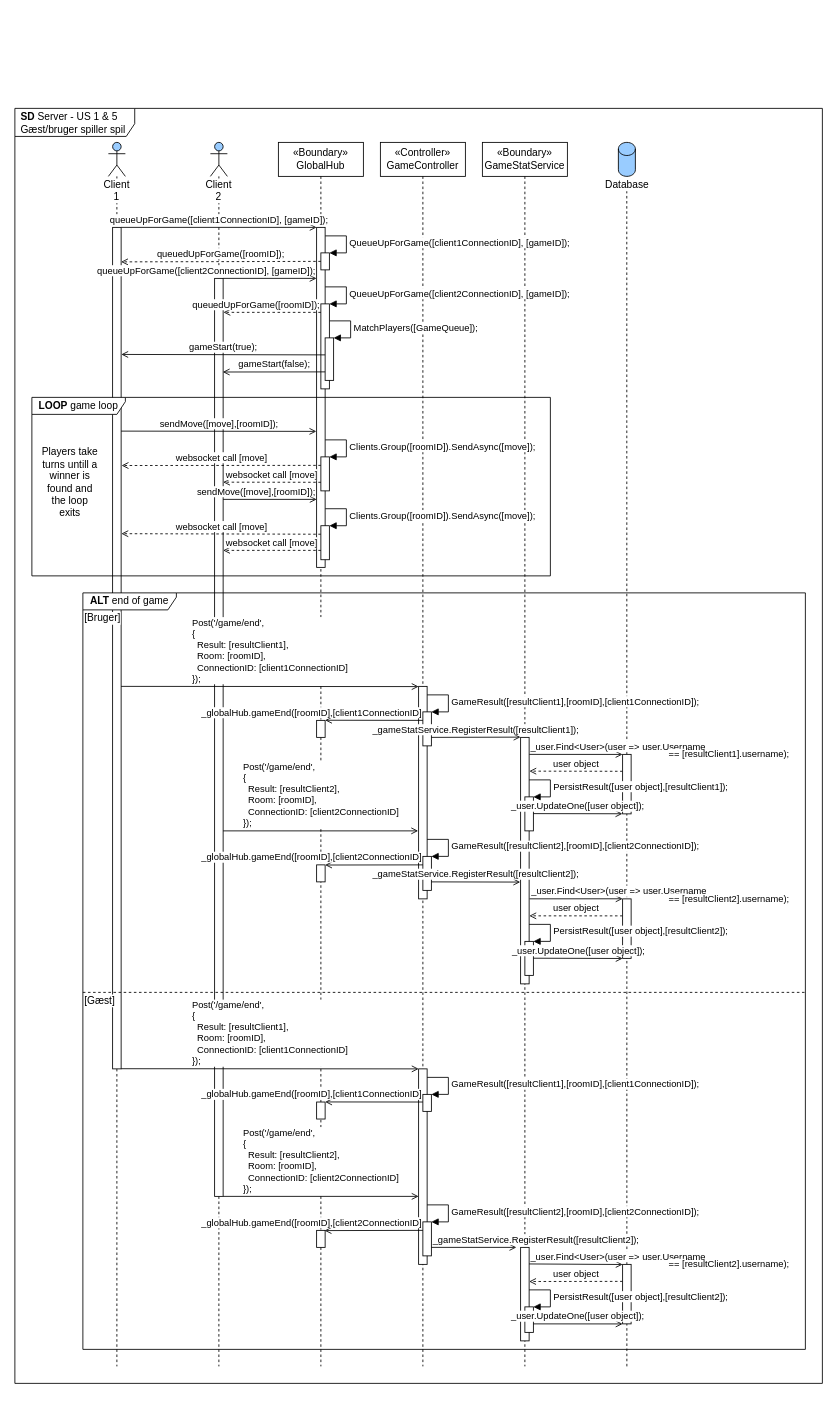
Macradon/I7BAC-PlugNPlay keeps this draw.io diagram as page "SD-Server" (2 of 2) of diagrams/arkitektur/US1&5_spil.drawio. Above is the earlier version. Source tidied: cells renumbered, new cells numbered last; positions are measured from the earlier drawing's top-left corner, leaving out a move shared by most shapes. Both pictures are drawn from the tidied source at 85%, with x=0, y=0 at pixel (14, 108).
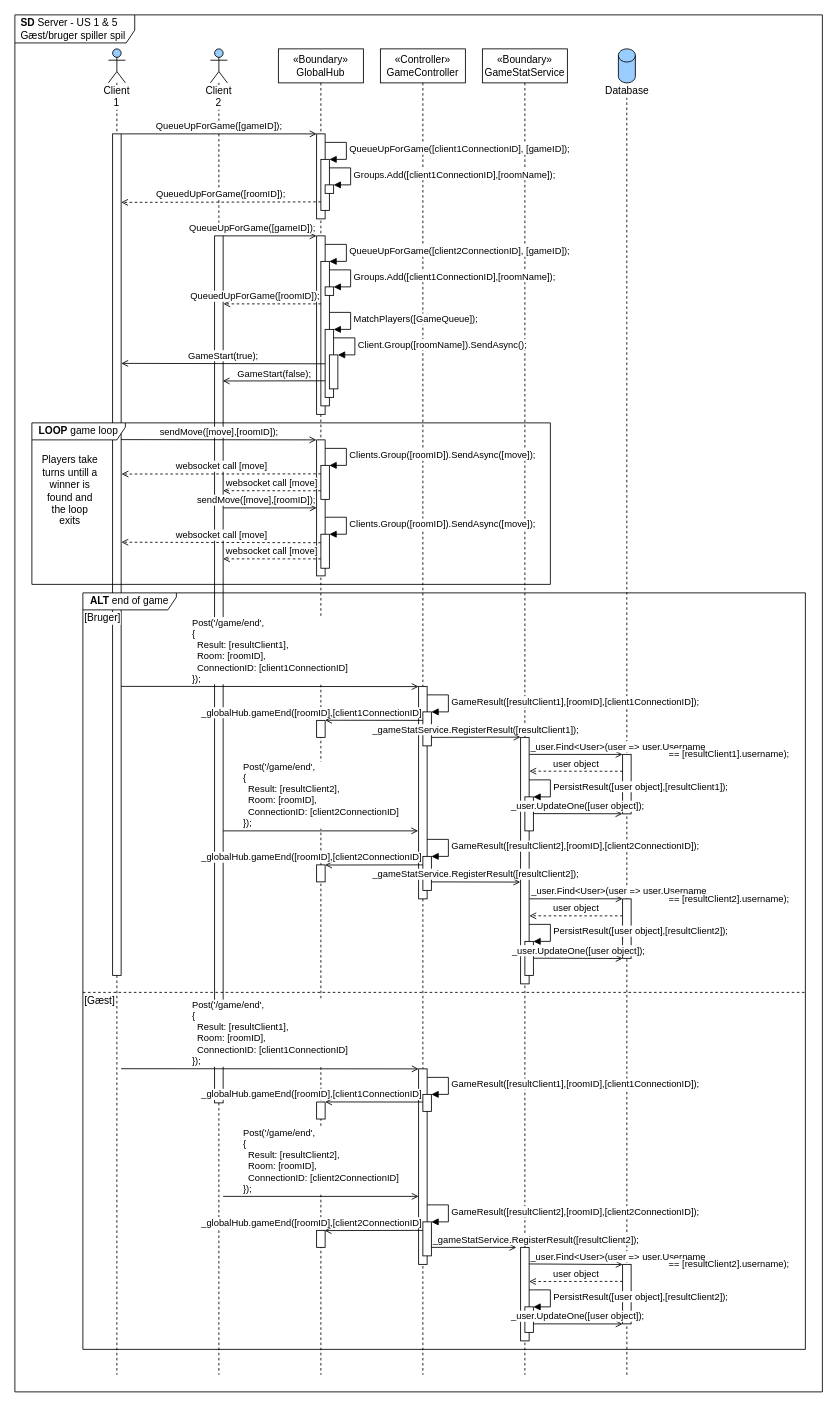
After the change.

Change to the diagram source:
```diff
@@
     <mxCell id="2" value="&lt;b&gt;SD&lt;/b&gt;&amp;nbsp;Server - US 1 &amp;amp; 5&lt;br&gt;Gæst/bruger spiller spil" style="shape=umlFrame;whiteSpace=wrap;html=1;width=141;height=33;boundedLbl=1;verticalAlign=middle;align=left;spacingLeft=5;" parent="1" vertex="1">
-      <mxGeometry width="950" height="1500" as="geometry" />
+      <mxGeometry y="-110" width="950" height="1620" as="geometry" />
     </mxCell>
+    <mxCell id="8" value="«Boundary»&lt;br&gt;GlobalHub" style="shape=umlLifeline;perimeter=lifelinePerimeter;whiteSpace=wrap;html=1;labelBackgroundColor=#ffffff;fillColor=#FFFFFF;" parent="1" vertex="1">
+      <mxGeometry x="310" y="-70" width="100" height="1560" as="geometry" />
+    </mxCell>
+    <mxCell id="90" style="html=1;perimeter=orthogonalPerimeter;" parent="1" vertex="1">
+      <mxGeometry x="355" y="390" width="10" height="160" as="geometry" />
+    </mxCell>
+    <mxCell id="91" style="html=1;perimeter=orthogonalPerimeter;align=left;" parent="1" vertex="1">
+      <mxGeometry x="355" y="150" width="10" height="210" as="geometry" />
+    </mxCell>
     <mxCell id="3" value="Client 1" style="shape=umlLifeline;participant=umlActor;perimeter=lifelinePerimeter;whiteSpace=wrap;html=1;verticalAlign=top;spacingTop=36;fillColor=#99CCFF;labelBackgroundColor=#ffffff;" parent="1" vertex="1">
-      <mxGeometry x="110" y="40" width="20" height="1440" as="geometry" />
+      <mxGeometry x="110" y="-70" width="20" height="1560" as="geometry" />
     </mxCell>
     <mxCell id="4" value="Client 2" style="shape=umlLifeline;participant=umlActor;perimeter=lifelinePerimeter;whiteSpace=wrap;html=1;verticalAlign=top;spacingTop=36;fillColor=#99CCFF;labelBackgroundColor=#ffffff;" parent="1" vertex="1">
-      <mxGeometry x="230" y="40" width="20" height="1440" as="geometry" />
+      <mxGeometry x="230" y="-70" width="20" height="1560" as="geometry" />
     </mxCell>
     <mxCell id="5" value="«Controller»&lt;br&gt;GameController" style="shape=umlLifeline;perimeter=lifelinePerimeter;whiteSpace=wrap;html=1;labelBackgroundColor=#ffffff;fillColor=#FFFFFF;" parent="1" vertex="1">
-      <mxGeometry x="430" y="40" width="100" height="1440" as="geometry" />
+      <mxGeometry x="430" y="-70" width="100" height="1560" as="geometry" />
     </mxCell>
     <mxCell id="6" value="«Boundary»&lt;br&gt;GameStatService" style="shape=umlLifeline;perimeter=lifelinePerimeter;whiteSpace=wrap;html=1;labelBackgroundColor=#ffffff;fillColor=#FFFFFF;" parent="1" vertex="1">
-      <mxGeometry x="550" y="40" width="100" height="1440" as="geometry" />
+      <mxGeometry x="550" y="-70" width="100" height="1560" as="geometry" />
     </mxCell>
     <mxCell id="7" style="html=1;points=[];perimeter=orthogonalPerimeter;align=left;" parent="6" vertex="1">
-      <mxGeometry x="45" y="700" width="10" height="290" as="geometry" />
+      <mxGeometry x="45" y="810" width="10" height="290" as="geometry" />
     </mxCell>
-    <mxCell id="8" value="«Boundary»&lt;br&gt;GlobalHub" style="shape=umlLifeline;perimeter=lifelinePerimeter;whiteSpace=wrap;html=1;labelBackgroundColor=#ffffff;fillColor=#FFFFFF;" parent="1" vertex="1">
-      <mxGeometry x="310" y="40" width="100" height="1440" as="geometry" />
-    </mxCell>
     <mxCell id="9" style="shape=cylinder3;whiteSpace=wrap;html=1;boundedLbl=1;backgroundOutline=1;size=7.724137931034477;labelBackgroundColor=#ffffff;strokeColor=#000000;fillColor=#99CCFF;fontColor=#000000;" parent="1" vertex="1">
-      <mxGeometry x="710" y="40" width="20" height="40" as="geometry" />
+      <mxGeometry x="710" y="-70" width="20" height="40" as="geometry" />
     </mxCell>
     <mxCell id="10" style="endArrow=none;dashed=1;html=1;" parent="1" edge="1">
       <mxGeometry relative="1" as="geometry">
-        <mxPoint x="720" y="1480" as="sourcePoint" />
-        <mxPoint x="719.9" y="83" as="targetPoint" />
+        <mxPoint x="720" y="1490" as="sourcePoint" />
+        <mxPoint x="719.9" y="-27" as="targetPoint" />
       </mxGeometry>
     </mxCell>
     <mxCell id="11" value="Database" style="text;html=1;align=center;verticalAlign=middle;labelBackgroundColor=#ffffff;" parent="1" vertex="1">
-      <mxGeometry x="685" y="80" width="70" height="20" as="geometry" />
+      <mxGeometry x="685" y="-30" width="70" height="20" as="geometry" />
     </mxCell>
-    <mxCell id="12" value="queueUpForGame([client1ConnectionID], [gameID]);" style="html=1;verticalAlign=bottom;endArrow=open;endFill=0;" parent="1" edge="1" target="26">
+    <mxCell id="12" value="QueueUpForGame([gameID]);" style="html=1;verticalAlign=bottom;endArrow=open;endFill=0;" parent="1" edge="1" target="26">
       <mxGeometry relative="1" as="geometry">
-        <mxPoint x="125" y="140" as="sourcePoint" />
+        <mxPoint x="125" y="30" as="sourcePoint" />
       </mxGeometry>
     </mxCell>
     <mxCell id="13" value="QueueUpForGame([client1ConnectionID], [gameID]);" style="edgeStyle=orthogonalEdgeStyle;html=1;align=left;spacingLeft=2;endArrow=block;rounded=0;entryX=1;entryY=0;" parent="1" edge="1" target="35">
       <mxGeometry relative="1" as="geometry">
-        <mxPoint x="365" y="150" as="sourcePoint" />
+        <mxPoint x="365" y="40" as="sourcePoint" />
         <Array as="points">
-          <mxPoint x="390" y="150" />
+          <mxPoint x="390" y="40" />
         </Array>
       </mxGeometry>
     </mxCell>
     <mxCell id="14" value="QueueUpForGame([client2ConnectionID], [gameID]);" style="edgeStyle=orthogonalEdgeStyle;html=1;align=left;spacingLeft=2;endArrow=block;rounded=0;entryX=1;entryY=0;" parent="1" edge="1" target="38">
       <mxGeometry relative="1" as="geometry">
-        <mxPoint x="365" y="210" as="sourcePoint" />
+        <mxPoint x="365" y="160" as="sourcePoint" />
         <Array as="points">
-          <mxPoint x="390" y="210" />
+          <mxPoint x="390" y="160" />
         </Array>
       </mxGeometry>
     </mxCell>
     <mxCell id="15" value="MatchPlayers([GameQueue]);" style="edgeStyle=orthogonalEdgeStyle;html=1;align=left;spacingLeft=2;endArrow=block;rounded=0;entryX=1;entryY=0;" parent="1" edge="1" target="39">
       <mxGeometry relative="1" as="geometry">
-        <mxPoint x="370" y="250" as="sourcePoint" />
+        <mxPoint x="370" y="240" as="sourcePoint" />
         <Array as="points">
-          <mxPoint x="395" y="250" />
+          <mxPoint x="395" y="240" />
         </Array>
       </mxGeometry>
     </mxCell>
     <mxCell id="16" value="Clients.Group([roomID]).SendAsync([move]);" style="edgeStyle=orthogonalEdgeStyle;html=1;align=left;spacingLeft=2;endArrow=block;rounded=0;entryX=1;entryY=0;" parent="1" edge="1" target="45">
       <mxGeometry relative="1" as="geometry">
-        <mxPoint x="365" y="390" as="sourcePoint" />
+        <mxPoint x="365" y="400" as="sourcePoint" />
         <Array as="points">
-          <mxPoint x="390" y="390" />
+          <mxPoint x="390" y="400" />
         </Array>
       </mxGeometry>
     </mxCell>
     <mxCell id="17" value="Clients.Group([roomID]).SendAsync([move]);" style="edgeStyle=orthogonalEdgeStyle;html=1;align=left;spacingLeft=2;endArrow=block;rounded=0;entryX=1;entryY=0;" parent="1" edge="1" target="49">
       <mxGeometry relative="1" as="geometry">
-        <mxPoint x="365" y="471" as="sourcePoint" />
+        <mxPoint x="365" y="481" as="sourcePoint" />
         <Array as="points">
-          <mxPoint x="390" y="471" />
+          <mxPoint x="390" y="481" />
         </Array>
       </mxGeometry>
     </mxCell>
@@
     <mxCell id="24" style="html=1;points=[];perimeter=orthogonalPerimeter;align=left;" parent="1" vertex="1">
-      <mxGeometry x="115" y="140" width="10" height="990" as="geometry" />
+      <mxGeometry x="115" y="30" width="10" height="990" as="geometry" />
     </mxCell>
     <mxCell id="25" style="html=1;points=[];perimeter=orthogonalPerimeter;align=left;" parent="1" vertex="1">
-      <mxGeometry x="235" y="200" width="10" height="1080" as="geometry" />
+      <mxGeometry x="235" y="150" width="10" height="1020" as="geometry" />
     </mxCell>
     <mxCell id="26" style="html=1;points=[];perimeter=orthogonalPerimeter;align=left;" parent="1" vertex="1">
-      <mxGeometry x="355" y="140" width="10" height="400" as="geometry" />
+      <mxGeometry x="355" y="30" width="10" height="100" as="geometry" />
     </mxCell>
@@
     <mxCell id="35" style="html=1;points=[];perimeter=orthogonalPerimeter;" parent="1" vertex="1">
-      <mxGeometry x="360" y="170" width="10" height="20" as="geometry" />
+      <mxGeometry x="360" y="60" width="10" height="60" as="geometry" />
     </mxCell>
-    <mxCell id="36" value="queuedUpForGame([roomID]);" style="html=1;verticalAlign=bottom;endArrow=open;endFill=0;dashed=1;entryX=0.997;entryY=0.041;entryDx=0;entryDy=0;entryPerimeter=0;" parent="1" edge="1" target="24">
+    <mxCell id="36" value="QueuedUpForGame([roomID]);" style="html=1;verticalAlign=bottom;endArrow=open;endFill=0;dashed=1;entryX=0.997;entryY=0.041;entryDx=0;entryDy=0;entryPerimeter=0;" parent="1" edge="1">
       <mxGeometry relative="1" as="geometry">
-        <mxPoint x="360" y="180" as="sourcePoint" />
+        <mxPoint x="360" y="110" as="sourcePoint" />
+        <mxPoint x="125" y="110.6" as="targetPoint" />
       </mxGeometry>
     </mxCell>
-    <mxCell id="37" value="queueUpForGame([client2ConnectionID], [gameID]);" style="html=1;verticalAlign=bottom;endArrow=open;endFill=0;entryX=-0.009;entryY=0.15;entryDx=0;entryDy=0;entryPerimeter=0;align=right;" parent="1" edge="1" target="26">
+    <mxCell id="37" value="QueueUpForGame([gameID]);" style="html=1;verticalAlign=bottom;endArrow=open;endFill=0;entryX=-0.009;entryY=0.15;entryDx=0;entryDy=0;entryPerimeter=0;align=right;" parent="1" edge="1">
       <mxGeometry x="1" relative="1" as="geometry">
-        <mxPoint x="245" y="200" as="sourcePoint" />
+        <mxPoint x="245" y="150" as="sourcePoint" />
+        <mxPoint x="354.9" y="150" as="targetPoint" />
       </mxGeometry>
     </mxCell>
     <mxCell id="38" style="html=1;points=[];perimeter=orthogonalPerimeter;" parent="1" vertex="1">
-      <mxGeometry x="360" y="230" width="10" height="100" as="geometry" />
+      <mxGeometry x="360" y="180" width="10" height="170" as="geometry" />
     </mxCell>
     <mxCell id="39" style="html=1;points=[];perimeter=orthogonalPerimeter;" parent="1" vertex="1">
-      <mxGeometry x="365" y="270" width="10" height="50" as="geometry" />
+      <mxGeometry x="365" y="260" width="10" height="80" as="geometry" />
     </mxCell>
-    <mxCell id="40" value="gameStart(false);" style="html=1;verticalAlign=bottom;endArrow=open;endFill=0;entryX=0.958;entryY=0.102;entryDx=0;entryDy=0;entryPerimeter=0;" parent="1" edge="1" target="25">
+    <mxCell id="40" value="GameStart(false);" style="html=1;verticalAlign=bottom;endArrow=open;endFill=0;entryX=0.958;entryY=0.102;entryDx=0;entryDy=0;entryPerimeter=0;" parent="1" edge="1">
       <mxGeometry relative="1" as="geometry">
-        <mxPoint x="365" y="310" as="sourcePoint" />
+        <mxPoint x="365" y="320.5" as="sourcePoint" />
+        <mxPoint x="244.6" y="320.7" as="targetPoint" />
       </mxGeometry>
     </mxCell>
-    <mxCell id="41" value="queuedUpForGame([roomID]);" style="html=1;verticalAlign=bottom;endArrow=open;endFill=0;dashed=1;entryX=1.038;entryY=0.037;entryDx=0;entryDy=0;entryPerimeter=0;align=right;" parent="1" edge="1" target="25">
+    <mxCell id="41" value="QueuedUpForGame([roomID]);" style="html=1;verticalAlign=bottom;endArrow=open;endFill=0;dashed=1;entryX=1.038;entryY=0.037;entryDx=0;entryDy=0;entryPerimeter=0;align=right;" parent="1" edge="1">
       <mxGeometry x="-1" relative="1" as="geometry">
-        <mxPoint x="360" y="240" as="sourcePoint" />
+        <mxPoint x="360" y="230" as="sourcePoint" />
+        <mxPoint x="245.4" y="230" as="targetPoint" />
       </mxGeometry>
     </mxCell>
-    <mxCell id="42" value="gameStart(true);" style="html=1;verticalAlign=bottom;endArrow=open;endFill=0;entryX=1.017;entryY=0.151;entryDx=0;entryDy=0;entryPerimeter=0;" parent="1" edge="1" target="24">
+    <mxCell id="42" value="GameStart(true);" style="html=1;verticalAlign=bottom;endArrow=open;endFill=0;entryX=1.017;entryY=0.151;entryDx=0;entryDy=0;entryPerimeter=0;" parent="1" edge="1">
       <mxGeometry relative="1" as="geometry">
-        <mxPoint x="365" y="290" as="sourcePoint" />
+        <mxPoint x="365" y="300.5" as="sourcePoint" />
+        <mxPoint x="125.2" y="300" as="targetPoint" />
       </mxGeometry>
     </mxCell>
-    <mxCell id="43" value="sendMove([move],[roomID]);" style="html=1;verticalAlign=bottom;endArrow=open;endFill=0;entryX=-0.032;entryY=0.6;entryDx=0;entryDy=0;entryPerimeter=0;" parent="1" edge="1" target="26">
+    <mxCell id="43" value="sendMove([move],[roomID]);" style="html=1;verticalAlign=bottom;endArrow=open;endFill=0;entryX=-0.032;entryY=0.6;entryDx=0;entryDy=0;entryPerimeter=0;" parent="1" edge="1">
       <mxGeometry relative="1" as="geometry">
-        <mxPoint x="125" y="379.7" as="sourcePoint" />
+        <mxPoint x="125" y="389.7" as="sourcePoint" />
+        <mxPoint x="354.7" y="390" as="targetPoint" />
       </mxGeometry>
     </mxCell>
-    <mxCell id="44" value="websocket call [move]" style="html=1;verticalAlign=bottom;endArrow=open;endFill=0;dashed=1;entryX=1.055;entryY=0.283;entryDx=0;entryDy=0;entryPerimeter=0;" parent="1" edge="1" target="24">
+    <mxCell id="44" value="websocket call [move]" style="html=1;verticalAlign=bottom;endArrow=open;endFill=0;dashed=1;entryX=1.055;entryY=0.283;entryDx=0;entryDy=0;entryPerimeter=0;" parent="1" edge="1">
       <mxGeometry relative="1" as="geometry">
-        <mxPoint x="360" y="420" as="sourcePoint" />
+        <mxPoint x="360" y="430" as="sourcePoint" />
+        <mxPoint x="125.5" y="430.2" as="targetPoint" />
       </mxGeometry>
     </mxCell>
     <mxCell id="45" style="html=1;points=[];perimeter=orthogonalPerimeter;" parent="1" vertex="1">
-      <mxGeometry x="360" y="410" width="10" height="40" as="geometry" />
+      <mxGeometry x="360" y="420" width="10" height="40" as="geometry" />
     </mxCell>
-    <mxCell id="46" value="websocket call [move]" style="html=1;verticalAlign=bottom;endArrow=open;endFill=0;dashed=1;entryX=0.997;entryY=0.222;entryDx=0;entryDy=0;entryPerimeter=0;" parent="1" edge="1" target="25">
+    <mxCell id="46" value="websocket call [move]" style="html=1;verticalAlign=bottom;endArrow=open;endFill=0;dashed=1;entryX=0.997;entryY=0.222;entryDx=0;entryDy=0;entryPerimeter=0;" parent="1" edge="1">
       <mxGeometry relative="1" as="geometry">
-        <mxPoint x="360" y="439.9" as="sourcePoint" />
+        <mxPoint x="360" y="449.9" as="sourcePoint" />
+        <mxPoint x="245" y="449.8" as="targetPoint" />
       </mxGeometry>
     </mxCell>
-    <mxCell id="47" value="sendMove([move],[roomID]);" style="html=1;verticalAlign=bottom;endArrow=open;endFill=0;entryX=0.007;entryY=0.8;entryDx=0;entryDy=0;entryPerimeter=0;align=right;" parent="1" edge="1" target="26">
+    <mxCell id="47" value="sendMove([move],[roomID]);" style="html=1;verticalAlign=bottom;endArrow=open;endFill=0;entryX=0.007;entryY=0.8;entryDx=0;entryDy=0;entryPerimeter=0;align=right;" parent="1" edge="1">
       <mxGeometry x="1" relative="1" as="geometry">
-        <mxPoint x="245" y="460" as="sourcePoint" />
+        <mxPoint x="245" y="470" as="sourcePoint" />
+        <mxPoint x="355.1" y="470" as="targetPoint" />
       </mxGeometry>
     </mxCell>
-    <mxCell id="48" value="websocket call [move]" style="html=1;verticalAlign=bottom;endArrow=open;endFill=0;dashed=1;entryX=1.028;entryY=0.364;entryDx=0;entryDy=0;entryPerimeter=0;" parent="1" edge="1" target="24">
+    <mxCell id="48" value="websocket call [move]" style="html=1;verticalAlign=bottom;endArrow=open;endFill=0;dashed=1;entryX=1.028;entryY=0.364;entryDx=0;entryDy=0;entryPerimeter=0;" parent="1" edge="1">
       <mxGeometry relative="1" as="geometry">
-        <mxPoint x="360" y="501" as="sourcePoint" />
+        <mxPoint x="360" y="511" as="sourcePoint" />
+        <mxPoint x="125.3" y="510.4" as="targetPoint" />
       </mxGeometry>
     </mxCell>
     <mxCell id="49" style="html=1;points=[];perimeter=orthogonalPerimeter;" parent="1" vertex="1">
-      <mxGeometry x="360" y="491" width="10" height="40" as="geometry" />
+      <mxGeometry x="360" y="501" width="10" height="40" as="geometry" />
     </mxCell>
-    <mxCell id="50" value="websocket call [move]" style="html=1;verticalAlign=bottom;endArrow=open;endFill=0;dashed=1;" parent="1" edge="1" target="25">
+    <mxCell id="50" value="websocket call [move]" style="html=1;verticalAlign=bottom;endArrow=open;endFill=0;dashed=1;" parent="1" edge="1">
       <mxGeometry relative="1" as="geometry">
-        <mxPoint x="360" y="520" as="sourcePoint" />
+        <mxPoint x="360" y="530" as="sourcePoint" />
+        <mxPoint x="245" y="530" as="targetPoint" />
       </mxGeometry>
     </mxCell>
@@
     <mxCell id="69" value="Players take turns untill a winner is found and the loop exits" style="text;html=1;strokeColor=none;fillColor=none;align=center;verticalAlign=middle;whiteSpace=wrap;rounded=0;" parent="1" vertex="1">
-      <mxGeometry x="30" y="370" width="70" height="140" as="geometry" />
+      <mxGeometry x="30" y="380" width="70" height="140" as="geometry" />
     </mxCell>
     <mxCell id="70" value="&lt;b&gt;LOOP&lt;/b&gt;&amp;nbsp;game loop" style="shape=umlFrame;whiteSpace=wrap;html=1;width=110;height=20;" parent="1" vertex="1">
-      <mxGeometry x="20" y="340" width="610" height="210" as="geometry" />
+      <mxGeometry x="20" y="370" width="610" height="190" as="geometry" />
     </mxCell>
@@
+    <mxCell id="92" style="html=1;points=[];perimeter=orthogonalPerimeter;" parent="1" vertex="1">
+      <mxGeometry x="365" y="90" width="10" height="10" as="geometry" />
+    </mxCell>
+    <mxCell id="93" value="Groups.Add([client1ConnectionID],[roomName]);" style="edgeStyle=orthogonalEdgeStyle;html=1;align=left;spacingLeft=2;endArrow=block;rounded=0;entryX=1;entryY=0;" parent="1" edge="1" target="92">
+      <mxGeometry relative="1" as="geometry">
+        <mxPoint x="370" y="70" as="sourcePoint" />
+        <Array as="points">
+          <mxPoint x="395" y="70" />
+        </Array>
+      </mxGeometry>
+    </mxCell>
+    <mxCell id="94" style="html=1;points=[];perimeter=orthogonalPerimeter;" parent="1" vertex="1">
+      <mxGeometry x="365" y="210" width="10" height="10" as="geometry" />
+    </mxCell>
+    <mxCell id="95" value="Groups.Add([client1ConnectionID],[roomName]);" style="edgeStyle=orthogonalEdgeStyle;html=1;align=left;spacingLeft=2;endArrow=block;rounded=0;entryX=1;entryY=0;" parent="1" edge="1" target="94">
+      <mxGeometry relative="1" as="geometry">
+        <mxPoint x="370" y="190" as="sourcePoint" />
+        <Array as="points">
+          <mxPoint x="395" y="190" />
+        </Array>
+      </mxGeometry>
+    </mxCell>
+    <mxCell id="96" style="html=1;points=[];perimeter=orthogonalPerimeter;" parent="1" vertex="1">
+      <mxGeometry x="370" y="290" width="10" height="40" as="geometry" />
+    </mxCell>
+    <mxCell id="97" value="Client.Group([roomName]).SendAsync();" style="edgeStyle=orthogonalEdgeStyle;html=1;align=left;spacingLeft=2;endArrow=block;rounded=0;entryX=1;entryY=0;" parent="1" edge="1" target="96">
+      <mxGeometry relative="1" as="geometry">
+        <mxPoint x="375" y="270" as="sourcePoint" />
+        <Array as="points">
+          <mxPoint x="400" y="270" />
+        </Array>
+      </mxGeometry>
+    </mxCell>
```
